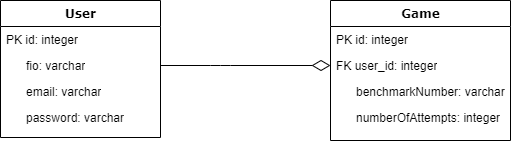
Above: Database schema.png in IraZimareva/test-opencode-cowgame (draw.io), before the change. Source tidied: cells renumbered, new cells last; positions are measured from the earlier drawing's top-left corner, leaving out a move shared by most shapes.
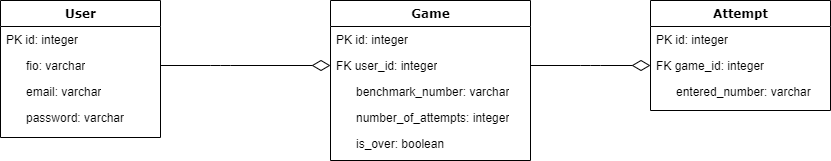
After the commit.

Commit message:
- Изменена схема бд

What changed in the source:
```diff
@@ -26,19 +26,42 @@
       <mxGeometry y="104" width="160" height="26" as="geometry" />
     </mxCell>
     <mxCell id="8" value="Game" style="swimlane;html=1;fontStyle=1;align=center;verticalAlign=top;horizontal=1;startSize=26;swimlaneFillColor=#ffffff;rounded=0;shadow=0;comic=0;labelBackgroundColor=none;strokeWidth=1;fillColor=none;fontFamily=Verdana;fontSize=12;" parent="1" vertex="1">
-      <mxGeometry x="330" width="180" height="140" as="geometry" />
+      <mxGeometry x="330" width="200" height="160" as="geometry" />
     </mxCell>
     <mxCell id="9" value="PK id: integer" style="text;html=1;strokeColor=none;fillColor=none;align=left;verticalAlign=top;spacingLeft=4;spacingRight=4;whiteSpace=wrap;overflow=hidden;" parent="8" vertex="1">
-      <mxGeometry y="26" width="180" height="26" as="geometry" />
+      <mxGeometry y="26" width="200" height="26" as="geometry" />
     </mxCell>
     <mxCell id="10" value="FK user_id: integer" style="text;html=1;strokeColor=none;fillColor=none;align=left;verticalAlign=top;spacingLeft=4;spacingRight=4;whiteSpace=wrap;overflow=hidden;points=[[0,0.5],[1,0.5]];portConstraint=eastwest;" parent="8" vertex="1">
-      <mxGeometry y="52" width="180" height="26" as="geometry" />
+      <mxGeometry y="52" width="200" height="26" as="geometry" />
     </mxCell>
-    <mxCell id="11" value="&amp;nbsp; &amp;nbsp; &amp;nbsp; benchmarkNumber: varchar" style="text;html=1;strokeColor=none;fillColor=none;align=left;verticalAlign=top;spacingLeft=4;spacingRight=4;whiteSpace=wrap;overflow=hidden;" parent="8" vertex="1">
-      <mxGeometry y="78" width="180" height="26" as="geometry" />
+    <mxCell id="11" value="&amp;nbsp; &amp;nbsp; &amp;nbsp; benchmark_number: varchar" style="text;html=1;strokeColor=none;fillColor=none;align=left;verticalAlign=top;spacingLeft=4;spacingRight=4;whiteSpace=wrap;overflow=hidden;" parent="8" vertex="1">
+      <mxGeometry y="78" width="200" height="26" as="geometry" />
     </mxCell>
-    <mxCell id="12" value="&amp;nbsp; &amp;nbsp; &amp;nbsp; numberOfAttempts: integer" style="text;html=1;strokeColor=none;fillColor=none;align=left;verticalAlign=top;spacingLeft=4;spacingRight=4;whiteSpace=wrap;overflow=hidden;" parent="8" vertex="1">
-      <mxGeometry y="104" width="180" height="26" as="geometry" />
+    <mxCell id="12" value="&amp;nbsp; &amp;nbsp; &amp;nbsp; number_of_attempts: integer&lt;span style=&quot;color: rgba(0, 0, 0, 0); font-family: monospace; font-size: 0px;&quot;&gt;%3CmxGraphModel%3E%3Croot%3E%3CmxCell%20id%3D%220%22%2F%3E%3CmxCell%20id%3D%221%22%20parent%3D%220%22%2F%3E%3CmxCell%20id%3D%222%22%20value%3D%22Game%22%20style%3D%22swimlane%3Bhtml%3D1%3BfontStyle%3D1%3Balign%3Dcenter%3BverticalAlign%3Dtop%3BchildLayout%3DstackLayout%3Bhorizontal%3D1%3BstartSize%3D26%3BhorizontalStack%3D0%3BresizeParent%3D1%3BresizeLast%3D0%3Bcollapsible%3D1%3BmarginBottom%3D0%3BswimlaneFillColor%3D%23ffffff%3Brounded%3D0%3Bshadow%3D0%3Bcomic%3D0%3BlabelBackgroundColor%3Dnone%3BstrokeWidth%3D1%3BfillColor%3Dnone%3BfontFamily%3DVerdana%3BfontSize%3D12%22%20vertex%3D%221%22%20parent%3D%221%22%3E%3CmxGeometry%20x%3D%22390%22%20y%3D%2290%22%20width%3D%22180%22%20height%3D%22140%22%20as%3D%22geometry%22%2F%3E%3C%2FmxCell%3E%3CmxCell%20id%3D%223%22%20value%3D%22PK%20id%3A%20integer%22%20style%3D%22text%3Bhtml%3D1%3BstrokeColor%3Dnone%3BfillColor%3Dnone%3Balign%3Dleft%3BverticalAlign%3Dtop%3BspacingLeft%3D4%3BspacingRight%3D4%3BwhiteSpace%3Dwrap%3Boverflow%3Dhidden%3Brotatable%3D0%3Bpoints%3D%5B%5B0%2C0.5%5D%2C%5B1%2C0.5%5D%5D%3BportConstraint%3Deastwest%3B%22%20vertex%3D%221%22%20parent%3D%222%22%3E%3CmxGeometry%20y%3D%2226%22%20width%3D%22180%22%20height%3D%2226%22%20as%3D%22geometry%22%2F%3E%3C%2FmxCell%3E%3CmxCell%20id%3D%224%22%20value%3D%22FK%20user_id%3A%20integer%22%20style%3D%22text%3Bhtml%3D1%3BstrokeColor%3Dnone%3BfillColor%3Dnone%3Balign%3Dleft%3BverticalAlign%3Dtop%3BspacingLeft%3D4%3BspacingRight%3D4%3BwhiteSpace%3Dwrap%3Boverflow%3Dhidden%3Brotatable%3D0%3Bpoints%3D%5B%5B0%2C0.5%5D%2C%5B1%2C0.5%5D%5D%3BportConstraint%3Deastwest%3B%22%20vertex%3D%221%22%20parent%3D%222%22%3E%3CmxGeometry%20y%3D%2252%22%20width%3D%22180%22%20height%3D%2226%22%20as%3D%22geometry%22%2F%3E%3C%2FmxCell%3E%3CmxCell%20id%3D%225%22%20value%3D%22%26amp%3Bnbsp%3B%20%26amp%3Bnbsp%3B%20%26amp%3Bnbsp%3B%20benchmarkNumber%3A%20varchar%22%20style%3D%22text%3Bhtml%3D1%3BstrokeColor%3Dnone%3BfillColor%3Dnone%3Balign%3Dleft%3BverticalAlign%3Dtop%3BspacingLeft%3D4%3BspacingRight%3D4%3BwhiteSpace%3Dwrap%3Boverflow%3Dhidden%3Brotatable%3D0%3Bpoints%3D%5B%5B0%2C0.5%5D%2C%5B1%2C0.5%5D%5D%3BportConstraint%3Deastwest%3B%22%20vertex%3D%221%22%20parent%3D%222%22%3E%3CmxGeometry%20y%3D%2278%22%20width%3D%22180%22%20height%3D%2226%22%20as%3D%22geometry%22%2F%3E%3C%2FmxCell%3E%3CmxCell%20id%3D%226%22%20value%3D%22%26amp%3Bnbsp%3B%20%26amp%3Bnbsp%3B%20%26amp%3Bnbsp%3B%20numberOfAttempts%3A%20integer%22%20style%3D%22text%3Bhtml%3D1%3BstrokeColor%3Dnone%3BfillColor%3Dnone%3Balign%3Dleft%3BverticalAlign%3Dtop%3BspacingLeft%3D4%3BspacingRight%3D4%3BwhiteSpace%3Dwrap%3Boverflow%3Dhidden%3Brotatable%3D0%3Bpoints%3D%5B%5B0%2C0.5%5D%2C%5B1%2C0.5%5D%5D%3BportConstraint%3Deastwest%3B%22%20vertex%3D%221%22%20parent%3D%222%22%3E%3CmxGeometry%20y%3D%22104%22%20width%3D%22180%22%20height%3D%2226%22%20as%3D%22geometry%22%2F%3E%3C%2FmxCell%3E%3C%2Froot%3E%3C%2FmxGraphModel%3E&lt;/span&gt;" style="text;html=1;strokeColor=none;fillColor=none;align=left;verticalAlign=top;spacingLeft=4;spacingRight=4;whiteSpace=wrap;overflow=hidden;" parent="8" vertex="1">
+      <mxGeometry y="104" width="200" height="26" as="geometry" />
     </mxCell>
+    <mxCell id="13" value="&amp;nbsp; &amp;nbsp; &amp;nbsp; is_over: boolean&lt;span style=&quot;color: rgba(0, 0, 0, 0); font-family: monospace; font-size: 0px;&quot;&gt;%3CmxGraphModel%3E%3Croot%3E%3CmxCell%20id%3D%220%22%2F%3E%3CmxCell%20id%3D%221%22%20parent%3D%220%22%2F%3E%3CmxCell%20id%3D%222%22%20value%3D%22Game%22%20style%3D%22swimlane%3Bhtml%3D1%3BfontStyle%3D1%3Balign%3Dcenter%3BverticalAlign%3Dtop%3BchildLayout%3DstackLayout%3Bhorizontal%3D1%3BstartSize%3D26%3BhorizontalStack%3D0%3BresizeParent%3D1%3BresizeLast%3D0%3Bcollapsible%3D1%3BmarginBottom%3D0%3BswimlaneFillColor%3D%23ffffff%3Brounded%3D0%3Bshadow%3D0%3Bcomic%3D0%3BlabelBackgroundColor%3Dnone%3BstrokeWidth%3D1%3BfillColor%3Dnone%3BfontFamily%3DVerdana%3BfontSize%3D12%22%20vertex%3D%221%22%20parent%3D%221%22%3E%3CmxGeometry%20x%3D%22390%22%20y%3D%2290%22%20width%3D%22180%22%20height%3D%22140%22%20as%3D%22geometry%22%2F%3E%3C%2FmxCell%3E%3CmxCell%20id%3D%223%22%20value%3D%22PK%20id%3A%20integer%22%20style%3D%22text%3Bhtml%3D1%3BstrokeColor%3Dnone%3BfillColor%3Dnone%3Balign%3Dleft%3BverticalAlign%3Dtop%3BspacingLeft%3D4%3BspacingRight%3D4%3BwhiteSpace%3Dwrap%3Boverflow%3Dhidden%3Brotatable%3D0%3Bpoints%3D%5B%5B0%2C0.5%5D%2C%5B1%2C0.5%5D%5D%3BportConstraint%3Deastwest%3B%22%20vertex%3D%221%22%20parent%3D%222%22%3E%3CmxGeometry%20y%3D%2226%22%20width%3D%22180%22%20height%3D%2226%22%20as%3D%22geometry%22%2F%3E%3C%2FmxCell%3E%3CmxCell%20id%3D%224%22%20value%3D%22FK%20user_id%3A%20integer%22%20style%3D%22text%3Bhtml%3D1%3BstrokeColor%3Dnone%3BfillColor%3Dnone%3Balign%3Dleft%3BverticalAlign%3Dtop%3BspacingLeft%3D4%3BspacingRight%3D4%3BwhiteSpace%3Dwrap%3Boverflow%3Dhidden%3Brotatable%3D0%3Bpoints%3D%5B%5B0%2C0.5%5D%2C%5B1%2C0.5%5D%5D%3BportConstraint%3Deastwest%3B%22%20vertex%3D%221%22%20parent%3D%222%22%3E%3CmxGeometry%20y%3D%2252%22%20width%3D%22180%22%20height%3D%2226%22%20as%3D%22geometry%22%2F%3E%3C%2FmxCell%3E%3CmxCell%20id%3D%225%22%20value%3D%22%26amp%3Bnbsp%3B%20%26amp%3Bnbsp%3B%20%26amp%3Bnbsp%3B%20benchmarkNumber%3A%20varchar%22%20style%3D%22text%3Bhtml%3D1%3BstrokeColor%3Dnone%3BfillColor%3Dnone%3Balign%3Dleft%3BverticalAlign%3Dtop%3BspacingLeft%3D4%3BspacingRight%3D4%3BwhiteSpace%3Dwrap%3Boverflow%3Dhidden%3Brotatable%3D0%3Bpoints%3D%5B%5B0%2C0.5%5D%2C%5B1%2C0.5%5D%5D%3BportConstraint%3Deastwest%3B%22%20vertex%3D%221%22%20parent%3D%222%22%3E%3CmxGeometry%20y%3D%2278%22%20width%3D%22180%22%20height%3D%2226%22%20as%3D%22geometry%22%2F%3E%3C%2FmxCell%3E%3CmxCell%20id%3D%226%22%20value%3D%22%26amp%3Bnbsp%3B%20%26amp%3Bnbsp%3B%20%26amp%3Bnbsp%3B%20numberOfAttempts%3A%20integer%22%20style%3D%22text%3Bhtml%3D1%3BstrokeColor%3Dnone%3BfillColor%3Dnone%3Balign%3Dleft%3BverticalAlign%3Dtop%3BspacingLeft%3D4%3BspacingRight%3D4%3BwhiteSpace%3Dwrap%3Boverflow%3Dhidden%3Brotatable%3D0%3Bpoints%3D%5B%5B0%2C0.5%5D%2C%5B1%2C0.5%5D%5D%3BportConstraint%3Deastwest%3B%22%20vertex%3D%221%22%20parent%3D%222%22%3E%3CmxGeometry%20y%3D%22104%22%20width%3D%22180%22%20height%3D%2226%22%20as%3D%22geometry%22%2F%3E%3C%2FmxCell%3E%3C%2Froot%3E%3C%2FmxGraphModel%3E&lt;/span&gt;" style="text;html=1;strokeColor=none;fillColor=none;align=left;verticalAlign=top;spacingLeft=4;spacingRight=4;whiteSpace=wrap;overflow=hidden;" parent="8" vertex="1">
+      <mxGeometry y="130" width="200" height="26" as="geometry" />
+    </mxCell>
+    <mxCell id="14" value="Attempt" style="swimlane;html=1;fontStyle=1;align=center;verticalAlign=top;horizontal=1;startSize=26;swimlaneFillColor=#ffffff;rounded=0;shadow=0;comic=0;labelBackgroundColor=none;strokeWidth=1;fillColor=none;fontFamily=Verdana;fontSize=12;" parent="1" vertex="1">
+      <mxGeometry x="650" width="180" height="110" as="geometry" />
+    </mxCell>
+    <mxCell id="15" value="PK id: integer" style="text;html=1;strokeColor=none;fillColor=none;align=left;verticalAlign=top;spacingLeft=4;spacingRight=4;whiteSpace=wrap;overflow=hidden;" parent="14" vertex="1">
+      <mxGeometry y="26" width="180" height="26" as="geometry" />
+    </mxCell>
+    <mxCell id="16" value="FK game_id: integer" style="text;html=1;strokeColor=none;fillColor=none;align=left;verticalAlign=top;spacingLeft=4;spacingRight=4;whiteSpace=wrap;overflow=hidden;points=[[0,0.5],[1,0.5]];portConstraint=eastwest;" parent="14" vertex="1">
+      <mxGeometry y="52" width="180" height="26" as="geometry" />
+    </mxCell>
+    <mxCell id="17" value="&amp;nbsp; &amp;nbsp; &amp;nbsp; entered_number: varchar" style="text;html=1;strokeColor=none;fillColor=none;align=left;verticalAlign=top;spacingLeft=4;spacingRight=4;whiteSpace=wrap;overflow=hidden;" parent="14" vertex="1">
+      <mxGeometry y="78" width="180" height="26" as="geometry" />
+    </mxCell>
+    <mxCell id="18" style="edgeStyle=orthogonalEdgeStyle;html=1;labelBackgroundColor=none;startFill=0;startSize=8;endArrow=diamondThin;endFill=0;endSize=16;fontFamily=Verdana;fontSize=12;entryX=0;entryY=0.5;entryDx=0;entryDy=0;exitX=1;exitY=0.5;exitDx=0;exitDy=0;" parent="1" edge="1" source="10" target="16">
+      <mxGeometry relative="1" as="geometry">
+        <Array as="points">
+          <mxPoint x="590" y="65" />
+          <mxPoint x="590" y="65" />
+        </Array>
+      </mxGeometry>
+    </mxCell>
   </root>
 </mxGraphModel>
```
